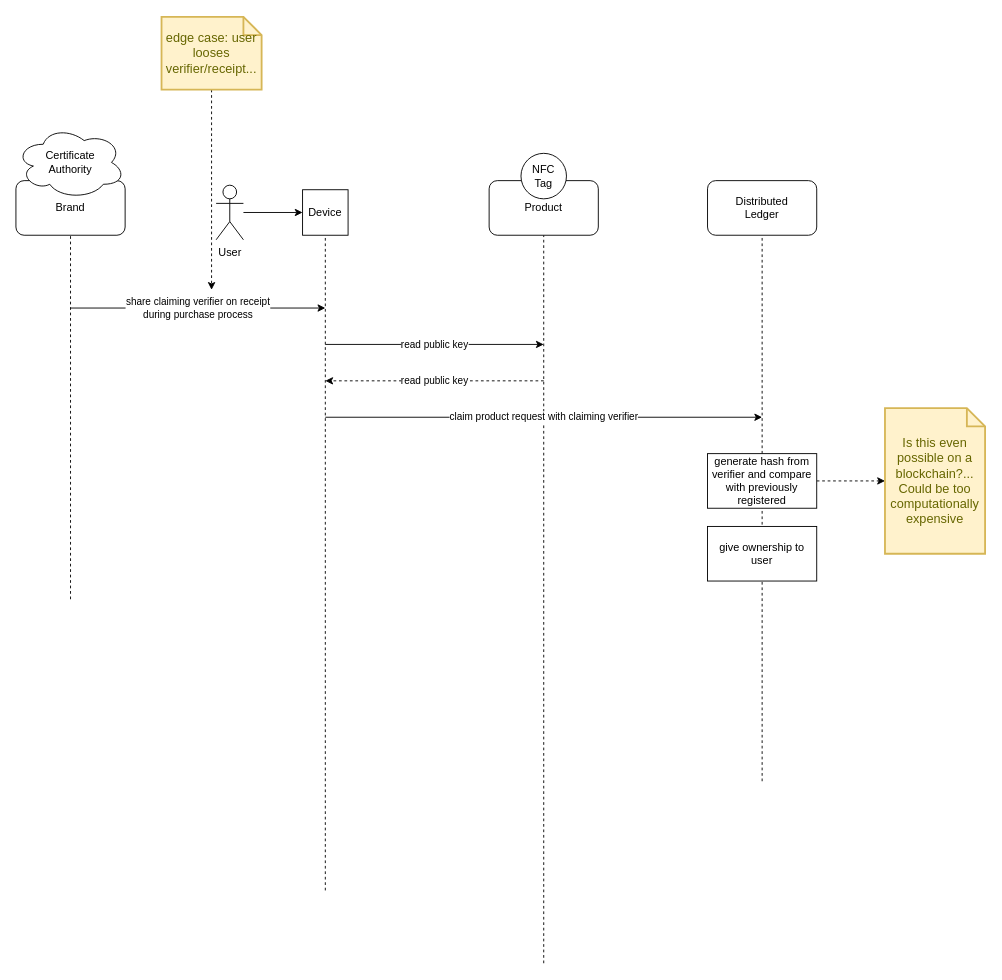
Earlier version of the draw.io diagram page "claim ownership" (5 of 9) of diagrams/overview.drawio (open-metabridge-foundation/protocol). Source tidied: cells renumbered, new cells numbered last; positions are measured from the earlier drawing's top-left corner, leaving out a move shared by most shapes. Both pictures are drawn from the tidied source at 91%, with x=0, y=0 at pixel (15, 16).
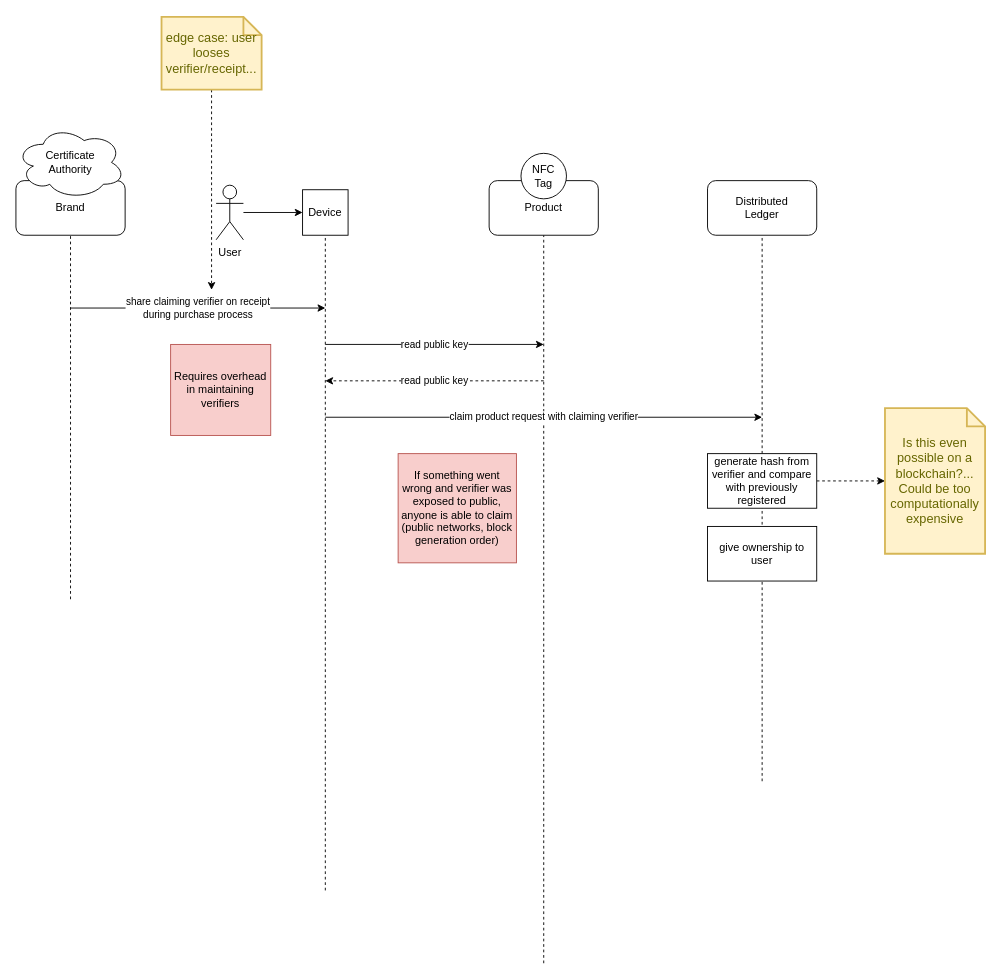
After the change.

The edit, as a diff of the source:
```diff
@@
+    <mxCell id="24" value="Requires overhead in maintaining verifiers" style="text;html=1;strokeColor=#b85450;fillColor=#f8cecc;align=center;verticalAlign=middle;whiteSpace=wrap;rounded=0;" parent="1" vertex="1">
+      <mxGeometry x="170" y="360" width="110" height="100" as="geometry" />
+    </mxCell>
+    <mxCell id="25" value="If something went wrong and verifier was exposed to public, anyone is able to claim (public networks, block generation order)" style="text;html=1;strokeColor=#b85450;fillColor=#f8cecc;align=center;verticalAlign=middle;whiteSpace=wrap;rounded=0;" parent="1" vertex="1">
+      <mxGeometry x="420" y="480" width="130" height="120" as="geometry" />
+    </mxCell>
```
